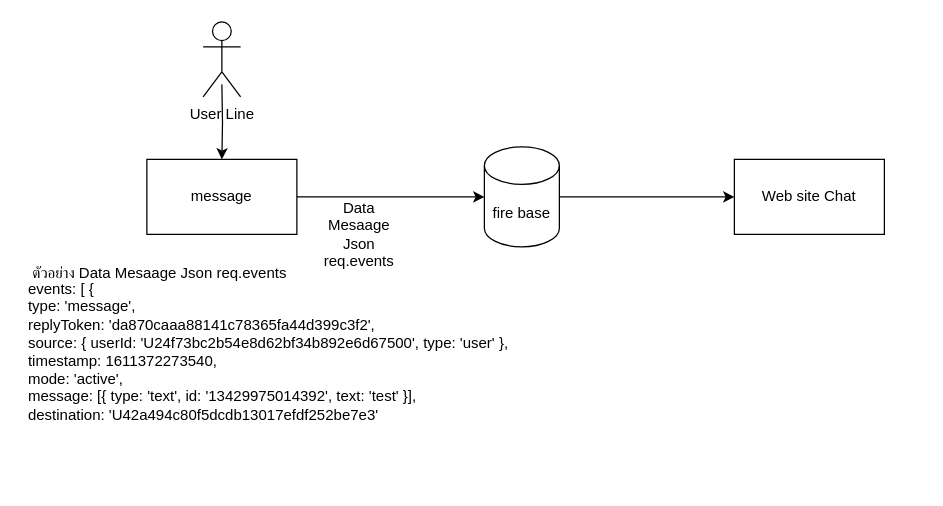
The draw.io diagram Untitled Diagram.drawio in thossapolud/wechat_bk, before the edit. Source tidied: cells renumbered, new cells numbered last; positions are measured from the earlier drawing's top-left corner, leaving out a move shared by most shapes. Both pictures are drawn from the tidied source at 125%, with x=0, y=0 at pixel (21, 21).
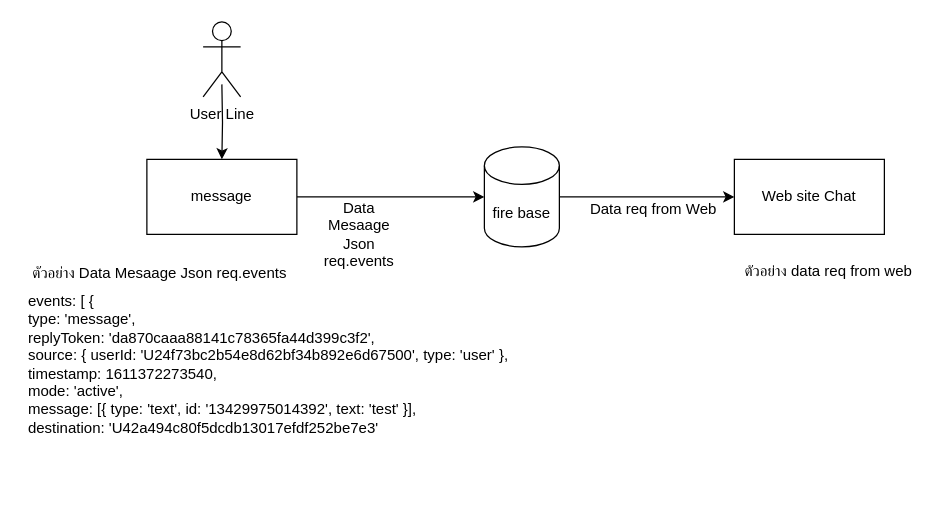
Above is the later version.

What changed in the source:
```diff
@@
 <mxGraphModel>
   <root>
     <mxCell id="0" />
     <mxCell id="1" parent="0" />
     <mxCell id="2" style="edgeStyle=orthogonalEdgeStyle;rounded=0;jettySize=auto;html=1;" parent="1" edge="1" source="3" target="7">
       <mxGeometry relative="1" as="geometry" />
     </mxCell>
     <mxCell id="3" value="message" style="rounded=0;whiteSpace=wrap;html=1;" parent="1" vertex="1">
       <mxGeometry x="100" y="110" width="120" height="60" as="geometry" />
     </mxCell>
     <mxCell id="4" style="edgeStyle=orthogonalEdgeStyle;rounded=0;jettySize=auto;html=1;" parent="1" edge="1" target="3">
       <mxGeometry relative="1" as="geometry">
         <mxPoint x="160" y="50" as="sourcePoint" />
       </mxGeometry>
     </mxCell>
     <mxCell id="5" value="User Line" style="shape=umlActor;verticalLabelPosition=bottom;verticalAlign=top;html=1;align=center;" parent="1" vertex="1">
       <mxGeometry x="145" width="30" height="60" as="geometry" />
     </mxCell>
-    <mxCell id="6" style="edgeStyle=orthogonalEdgeStyle;rounded=0;jettySize=auto;html=1;" parent="1" edge="1" source="7" target="8">
-      <mxGeometry relative="1" as="geometry" />
+    <mxCell id="6" style="endArrow=classic;html=1;fontFamily=Helvetica;fontSize=11;fontColor=#000000;align=center;strokeColor=#000000;edgeStyle=orthogonalEdgeStyle;" parent="1" edge="1" source="7" target="8">
+      <mxGeometry relative="1" as="geometry">
+        <Array as="points">
+          <mxPoint x="510" y="140" />
+          <mxPoint x="510" y="140" />
+        </Array>
+      </mxGeometry>
     </mxCell>
     <mxCell id="7" value="fire base" style="shape=cylinder3;whiteSpace=wrap;html=1;boundedLbl=1;backgroundOutline=1;size=15;align=center;" parent="1" vertex="1">
       <mxGeometry x="370" y="100" width="60" height="80" as="geometry" />
     </mxCell>
     <mxCell id="8" value="Web site Chat" style="rounded=0;whiteSpace=wrap;html=1;align=center;" parent="1" vertex="1">
       <mxGeometry x="570" y="110" width="120" height="60" as="geometry" />
     </mxCell>
     <mxCell id="9" value="Data Mesaage Json req.events" style="text;html=1;strokeColor=none;fillColor=none;align=center;verticalAlign=middle;whiteSpace=wrap;rounded=0;" parent="1" vertex="1">
       <mxGeometry x="250" y="160" width="40" height="20" as="geometry" />
     </mxCell>
     <mxCell id="10" value="ตัวอย่าง&amp;nbsp;&lt;span&gt;Data Mesaage Json req.events&lt;br&gt;&lt;br&gt;&lt;br&gt;&lt;/span&gt;" style="text;html=1;align=center;verticalAlign=middle;" parent="1" vertex="1">
       <mxGeometry y="190" width="220" height="50" as="geometry" />
     </mxCell>
     <mxCell id="11" value="&amp;nbsp;events: [    { &lt;br&gt;&amp;nbsp;type: 'message',&lt;br&gt;&amp;nbsp;replyToken: 'da870caaa88141c78365fa44d399c3f2',&lt;br&gt;&amp;nbsp;source: { userId: 'U24f73bc2b54e8d62bf34b892e6d67500', type: 'user' },&lt;br&gt;&amp;nbsp;timestamp: 1611372273540,&lt;br&gt;&amp;nbsp;mode: 'active',&lt;br&gt;&amp;nbsp;message: [{ type: 'text', id: '13429975014392', text: 'test' }],&lt;br&gt;&amp;nbsp;destination: 'U42a494c80f5dcdb13017efdf252be7e3'" style="text;whiteSpace=wrap;html=1;" parent="1" vertex="1">
-      <mxGeometry y="200" width="550" height="160" as="geometry" />
+      <mxGeometry y="210" width="410" height="160" as="geometry" />
     </mxCell>
+    <mxCell id="12" value="Data req from Web" style="text;html=1;align=center;verticalAlign=middle;" parent="1" vertex="1">
+      <mxGeometry x="450" y="140" width="110" height="20" as="geometry" />
+    </mxCell>
+    <mxCell id="13" value="ตัวอย่าง data req from web&lt;br&gt;" style="text;html=1;align=center;verticalAlign=middle;" parent="1" vertex="1">
+      <mxGeometry x="570" y="190" width="150" height="20" as="geometry" />
+    </mxCell>
   </root>
 </mxGraphModel>
```
